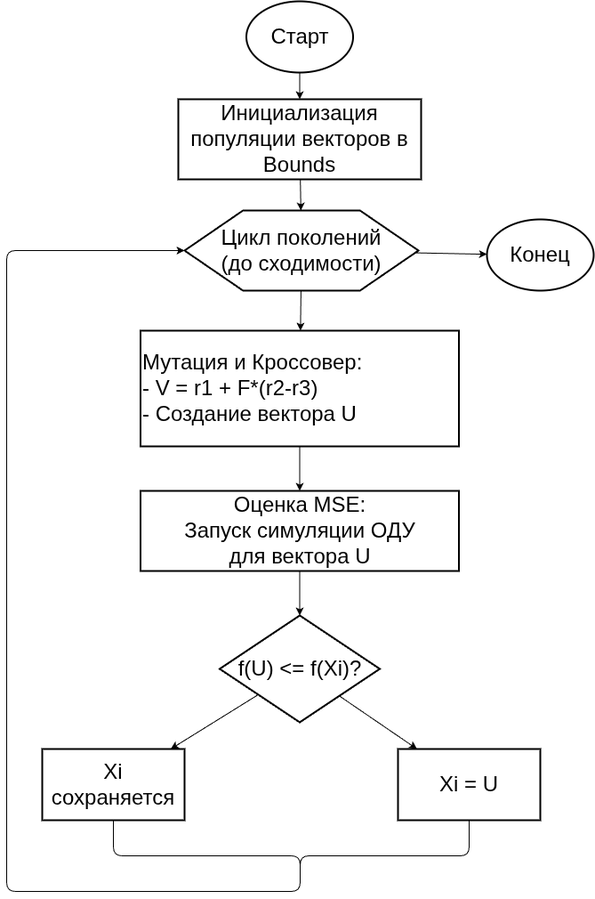
This is fig/de_flowchart.png from therealmaendeleo/tumor_growth_modeling, a draw.io export, as it was before one commit. Source tidied: cells renumbered, new cells last; positions are measured from the earlier drawing's top-left corner, leaving out a move shared by most shapes. The source it was exported from:
```xml
<mxGraphModel>
  <root>
    <mxCell id="0" />
    <mxCell id="1" parent="0" />
    <mxCell id="2" value="Старт" style="ellipse;whiteSpace=wrap;html=1;strokeWidth=2;fontSize=24;" parent="1" vertex="1">
      <mxGeometry x="269.5" width="120" height="80" as="geometry" />
    </mxCell>
    <mxCell id="3" value="Инициализация популяции векторов в Bounds" style="whiteSpace=wrap;html=1;strokeWidth=2;fontSize=24;" parent="1" vertex="1">
      <mxGeometry x="193" y="110" width="273" height="90" as="geometry" />
    </mxCell>
    <mxCell id="4" value="Цикл поколений&lt;div&gt;(до сходимости)&lt;/div&gt;" style="shape=hexagon;perimeter=hexagonPerimeter2;whiteSpace=wrap;html=1;strokeWidth=2;fontSize=24;" parent="1" vertex="1">
      <mxGeometry x="200" y="235" width="263" height="90" as="geometry" />
    </mxCell>
    <mxCell id="5" value="Мутация и Кроссовер:&lt;br/&gt;- V = r1 + F*(r2-r3)&lt;br/&gt;- Создание вектора U" style="whiteSpace=wrap;html=1;strokeWidth=2;fontSize=24;align=left;" parent="1" vertex="1">
      <mxGeometry x="150.5" y="370" width="358" height="130" as="geometry" />
    </mxCell>
    <mxCell id="6" value="Оценка MSE:&lt;br/&gt;Запуск симуляции ОДУ&lt;br/&gt;для вектора U" style="whiteSpace=wrap;html=1;strokeWidth=2;fontSize=24;" parent="1" vertex="1">
      <mxGeometry x="150.5" y="550" width="358" height="90" as="geometry" />
    </mxCell>
    <mxCell id="7" value="f(U) &lt;= f(Xi)?" style="rhombus;whiteSpace=wrap;html=1;strokeWidth=2;fontSize=24;" parent="1" vertex="1">
      <mxGeometry x="239.5" y="690" width="180" height="120" as="geometry" />
    </mxCell>
    <mxCell id="8" style="edgeStyle=none;html=1;exitX=0.5;exitY=1;exitDx=0;exitDy=0;entryX=0;entryY=0.5;entryDx=0;entryDy=0;" parent="1" edge="1" source="9" target="4">
      <mxGeometry relative="1" as="geometry">
        <Array as="points">
          <mxPoint x="520" y="960" />
          <mxPoint x="330" y="960" />
          <mxPoint x="330" y="1000" />
          <mxPoint y="1000" />
          <mxPoint y="280" />
        </Array>
      </mxGeometry>
    </mxCell>
    <mxCell id="9" value="Xi = U" style="whiteSpace=wrap;html=1;strokeWidth=2;fontSize=24;" parent="1" vertex="1">
      <mxGeometry x="440" y="840" width="160" height="80" as="geometry" />
    </mxCell>
    <mxCell id="10" style="edgeStyle=none;html=1;exitX=0.5;exitY=1;exitDx=0;exitDy=0;entryX=0;entryY=0.5;entryDx=0;entryDy=0;" parent="1" edge="1" source="11" target="4">
      <mxGeometry relative="1" as="geometry">
        <Array as="points">
          <mxPoint x="120" y="960" />
          <mxPoint x="330" y="960" />
          <mxPoint x="330" y="1000" />
          <mxPoint y="1000" />
          <mxPoint y="280" />
        </Array>
      </mxGeometry>
    </mxCell>
    <mxCell id="11" value="Xi сохраняется" style="whiteSpace=wrap;html=1;strokeWidth=2;fontSize=24;" parent="1" vertex="1">
      <mxGeometry x="40" y="840" width="160" height="80" as="geometry" />
    </mxCell>
    <mxCell id="12" value="Конец" style="ellipse;whiteSpace=wrap;html=1;strokeWidth=2;fontSize=24;" parent="1" vertex="1">
      <mxGeometry x="540" y="245" width="120" height="80" as="geometry" />
    </mxCell>
    <mxCell id="13" parent="1" edge="1" source="2" target="3">
      <mxGeometry relative="1" as="geometry" />
    </mxCell>
    <mxCell id="14" parent="1" edge="1" source="3" target="4">
      <mxGeometry relative="1" as="geometry" />
    </mxCell>
    <mxCell id="15" parent="1" edge="1" source="4" target="5">
      <mxGeometry relative="1" as="geometry" />
    </mxCell>
    <mxCell id="16" parent="1" edge="1" source="4" target="12">
      <mxGeometry relative="1" as="geometry" />
    </mxCell>
    <mxCell id="17" parent="1" edge="1" source="5" target="6">
      <mxGeometry relative="1" as="geometry" />
    </mxCell>
    <mxCell id="18" parent="1" edge="1" source="6" target="7">
      <mxGeometry relative="1" as="geometry" />
    </mxCell>
    <mxCell id="19" parent="1" edge="1" source="7" target="9">
      <mxGeometry relative="1" as="geometry" />
    </mxCell>
    <mxCell id="20" parent="1" edge="1" source="7" target="11">
      <mxGeometry relative="1" as="geometry" />
    </mxCell>
  </root>
</mxGraphModel>
```
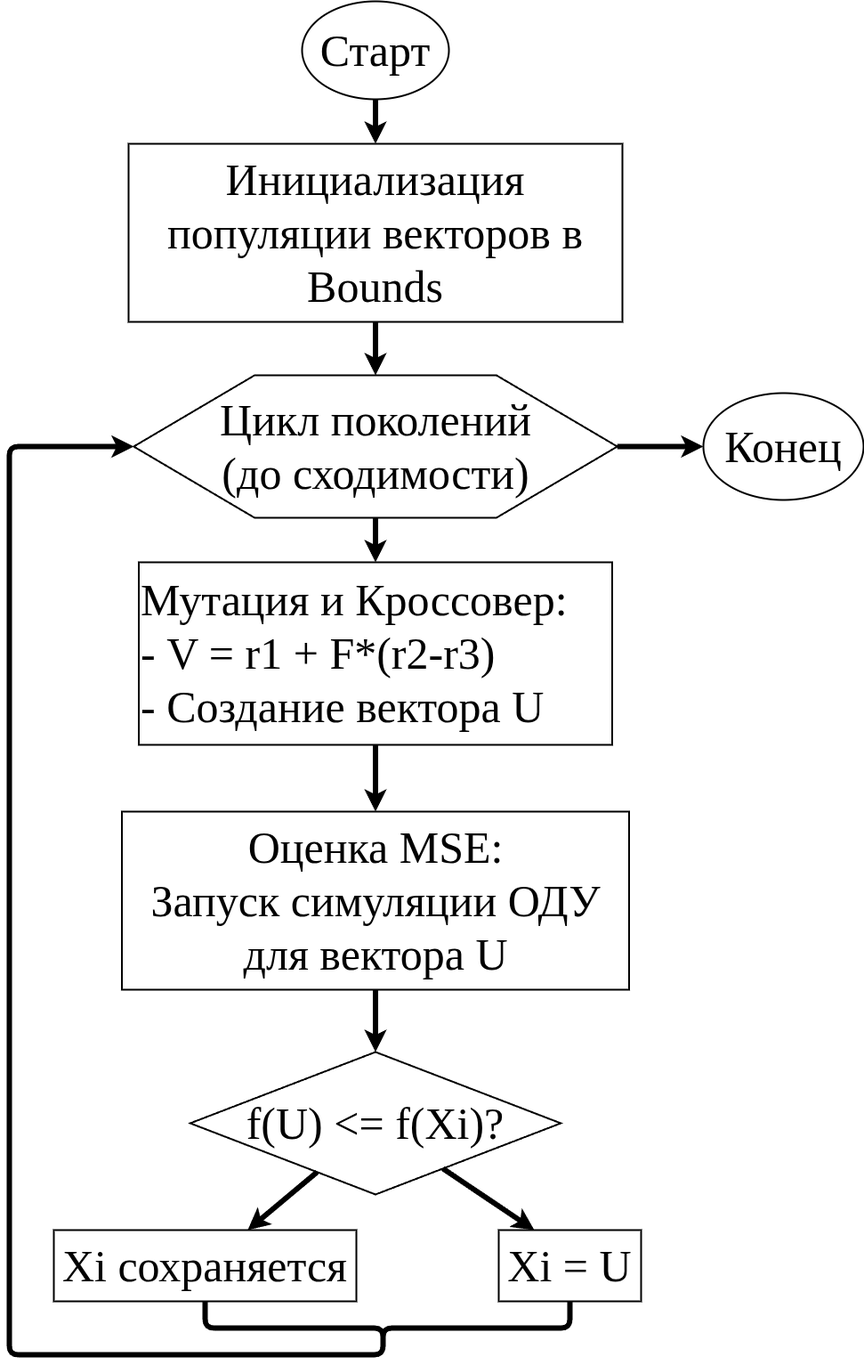
After the change.

What changed in the source:
```diff
@@ -2,77 +2,78 @@
   <root>
     <mxCell id="0" />
     <mxCell id="1" parent="0" />
-    <mxCell id="2" value="Старт" style="ellipse;whiteSpace=wrap;html=1;strokeWidth=2;fontSize=24;" parent="1" vertex="1">
-      <mxGeometry x="269.5" width="120" height="80" as="geometry" />
+    <mxCell id="2" value="Старт" style="ellipse;whiteSpace=wrap;html=1;strokeWidth=2;fontSize=50;fontFamily=Times New Roman;" parent="1" vertex="1">
+      <mxGeometry x="299" y="-320" width="165" height="110" as="geometry" />
     </mxCell>
-    <mxCell id="3" value="Инициализация популяции векторов в Bounds" style="whiteSpace=wrap;html=1;strokeWidth=2;fontSize=24;" parent="1" vertex="1">
-      <mxGeometry x="193" y="110" width="273" height="90" as="geometry" />
+    <mxCell id="3" value="Инициализация популяции векторов в Bounds" style="whiteSpace=wrap;html=1;strokeWidth=2;fontSize=50;fontFamily=Times New Roman;" parent="1" vertex="1">
+      <mxGeometry x="104" y="-160" width="555" height="200" as="geometry" />
     </mxCell>
-    <mxCell id="4" value="Цикл поколений&lt;div&gt;(до сходимости)&lt;/div&gt;" style="shape=hexagon;perimeter=hexagonPerimeter2;whiteSpace=wrap;html=1;strokeWidth=2;fontSize=24;" parent="1" vertex="1">
-      <mxGeometry x="200" y="235" width="263" height="90" as="geometry" />
+    <mxCell id="4" value="Цикл поколений&lt;div&gt;(до сходимости)&lt;/div&gt;" style="shape=hexagon;perimeter=hexagonPerimeter2;whiteSpace=wrap;html=1;strokeWidth=2;fontSize=50;fontFamily=Times New Roman;" parent="1" vertex="1">
+      <mxGeometry x="109.8" y="100" width="543.5" height="160" as="geometry" />
     </mxCell>
-    <mxCell id="5" value="Мутация и Кроссовер:&lt;br/&gt;- V = r1 + F*(r2-r3)&lt;br/&gt;- Создание вектора U" style="whiteSpace=wrap;html=1;strokeWidth=2;fontSize=24;align=left;" parent="1" vertex="1">
-      <mxGeometry x="150.5" y="370" width="358" height="130" as="geometry" />
+    <mxCell id="5" value="Мутация и Кроссовер:&lt;br&gt;- V = r1 + F*(r2-r3)&lt;br&gt;- Создание вектора U" style="whiteSpace=wrap;html=1;strokeWidth=2;fontSize=50;align=left;fontFamily=Times New Roman;" parent="1" vertex="1">
+      <mxGeometry x="115.5" y="310" width="532" height="205" as="geometry" />
     </mxCell>
-    <mxCell id="6" value="Оценка MSE:&lt;br/&gt;Запуск симуляции ОДУ&lt;br/&gt;для вектора U" style="whiteSpace=wrap;html=1;strokeWidth=2;fontSize=24;" parent="1" vertex="1">
-      <mxGeometry x="150.5" y="550" width="358" height="90" as="geometry" />
+    <mxCell id="6" value="Оценка MSE:&lt;br&gt;Запуск симуляции ОДУ&lt;br&gt;для вектора U" style="whiteSpace=wrap;html=1;strokeWidth=2;fontSize=50;fontFamily=Times New Roman;" parent="1" vertex="1">
+      <mxGeometry x="96.5" y="590" width="570" height="200" as="geometry" />
     </mxCell>
-    <mxCell id="7" value="f(U) &lt;= f(Xi)?" style="rhombus;whiteSpace=wrap;html=1;strokeWidth=2;fontSize=24;" parent="1" vertex="1">
-      <mxGeometry x="239.5" y="690" width="180" height="120" as="geometry" />
+    <mxCell id="7" value="f(U) &amp;lt;= f(Xi)?" style="rhombus;whiteSpace=wrap;html=1;strokeWidth=2;fontSize=50;fontFamily=Times New Roman;" parent="1" vertex="1">
+      <mxGeometry x="173.2" y="860" width="416.5" height="160" as="geometry" />
     </mxCell>
-    <mxCell id="8" style="edgeStyle=none;html=1;exitX=0.5;exitY=1;exitDx=0;exitDy=0;entryX=0;entryY=0.5;entryDx=0;entryDy=0;" parent="1" edge="1" source="9" target="4">
+    <mxCell id="8" style="edgeStyle=none;html=1;exitX=0.5;exitY=1;exitDx=0;exitDy=0;entryX=0;entryY=0.5;entryDx=0;entryDy=0;fontSize=50;fontFamily=Times New Roman;strokeWidth=6;fontStyle=0;" parent="1" edge="1" source="9" target="4">
       <mxGeometry relative="1" as="geometry">
         <Array as="points">
-          <mxPoint x="520" y="960" />
-          <mxPoint x="330" y="960" />
-          <mxPoint x="330" y="1000" />
-          <mxPoint y="1000" />
-          <mxPoint y="280" />
+          <mxPoint x="600" y="1170" />
+          <mxPoint x="390" y="1170" />
+          <mxPoint x="390" y="1200" />
+          <mxPoint x="-30" y="1200" />
+          <mxPoint x="-30" y="180" />
         </Array>
       </mxGeometry>
     </mxCell>
-    <mxCell id="9" value="Xi = U" style="whiteSpace=wrap;html=1;strokeWidth=2;fontSize=24;" parent="1" vertex="1">
-      <mxGeometry x="440" y="840" width="160" height="80" as="geometry" />
+    <mxCell id="9" value="Xi = U" style="whiteSpace=wrap;html=1;strokeWidth=2;fontSize=50;fontFamily=Times New Roman;" parent="1" vertex="1">
+      <mxGeometry x="520" y="1060" width="160" height="80" as="geometry" />
     </mxCell>
-    <mxCell id="10" style="edgeStyle=none;html=1;exitX=0.5;exitY=1;exitDx=0;exitDy=0;entryX=0;entryY=0.5;entryDx=0;entryDy=0;" parent="1" edge="1" source="11" target="4">
+    <mxCell id="10" style="edgeStyle=none;html=1;exitX=0.5;exitY=1;exitDx=0;exitDy=0;entryX=0;entryY=0.5;entryDx=0;entryDy=0;fontSize=50;fontFamily=Times New Roman;strokeWidth=6;fontStyle=0;" parent="1" edge="1" source="11" target="4">
       <mxGeometry relative="1" as="geometry">
         <Array as="points">
-          <mxPoint x="120" y="960" />
-          <mxPoint x="330" y="960" />
-          <mxPoint x="330" y="1000" />
-          <mxPoint y="1000" />
-          <mxPoint y="280" />
+          <mxPoint x="190" y="1100" />
+          <mxPoint x="190" y="1170" />
+          <mxPoint x="390" y="1170" />
+          <mxPoint x="390" y="1200" />
+          <mxPoint x="-30" y="1200" />
+          <mxPoint x="-30" y="180" />
         </Array>
       </mxGeometry>
     </mxCell>
-    <mxCell id="11" value="Xi сохраняется" style="whiteSpace=wrap;html=1;strokeWidth=2;fontSize=24;" parent="1" vertex="1">
-      <mxGeometry x="40" y="840" width="160" height="80" as="geometry" />
+    <mxCell id="11" value="Xi сохраняется" style="whiteSpace=wrap;html=1;strokeWidth=2;fontSize=50;fontFamily=Times New Roman;" parent="1" vertex="1">
+      <mxGeometry x="20" y="1060" width="340" height="80" as="geometry" />
     </mxCell>
-    <mxCell id="12" value="Конец" style="ellipse;whiteSpace=wrap;html=1;strokeWidth=2;fontSize=24;" parent="1" vertex="1">
-      <mxGeometry x="540" y="245" width="120" height="80" as="geometry" />
+    <mxCell id="12" value="Конец" style="ellipse;whiteSpace=wrap;html=1;strokeWidth=2;fontSize=50;fontFamily=Times New Roman;" parent="1" vertex="1">
+      <mxGeometry x="750" y="120" width="180" height="120" as="geometry" />
     </mxCell>
-    <mxCell id="13" parent="1" edge="1" source="2" target="3">
+    <mxCell id="13" style="fontSize=50;fontFamily=Times New Roman;strokeWidth=6;fontStyle=0;" parent="1" edge="1" source="2" target="3">
       <mxGeometry relative="1" as="geometry" />
     </mxCell>
-    <mxCell id="14" parent="1" edge="1" source="3" target="4">
+    <mxCell id="14" style="fontSize=50;fontFamily=Times New Roman;strokeWidth=6;fontStyle=0;" parent="1" edge="1" source="3" target="4">
       <mxGeometry relative="1" as="geometry" />
     </mxCell>
-    <mxCell id="15" parent="1" edge="1" source="4" target="5">
+    <mxCell id="15" style="fontSize=50;fontFamily=Times New Roman;strokeWidth=6;fontStyle=0;" parent="1" edge="1" source="4" target="5">
       <mxGeometry relative="1" as="geometry" />
     </mxCell>
-    <mxCell id="16" parent="1" edge="1" source="4" target="12">
+    <mxCell id="16" style="fontSize=50;fontFamily=Times New Roman;strokeWidth=6;fontStyle=0;" parent="1" edge="1" source="4" target="12">
       <mxGeometry relative="1" as="geometry" />
     </mxCell>
-    <mxCell id="17" parent="1" edge="1" source="5" target="6">
+    <mxCell id="17" style="fontSize=50;fontFamily=Times New Roman;strokeWidth=6;fontStyle=0;" parent="1" edge="1" source="5" target="6">
       <mxGeometry relative="1" as="geometry" />
     </mxCell>
-    <mxCell id="18" parent="1" edge="1" source="6" target="7">
+    <mxCell id="18" style="fontSize=50;fontFamily=Times New Roman;strokeWidth=6;fontStyle=0;" parent="1" edge="1" source="6" target="7">
       <mxGeometry relative="1" as="geometry" />
     </mxCell>
-    <mxCell id="19" parent="1" edge="1" source="7" target="9">
+    <mxCell id="19" style="fontSize=50;fontFamily=Times New Roman;strokeWidth=6;entryX=0.25;entryY=0;entryDx=0;entryDy=0;fontStyle=0;" parent="1" edge="1" source="7" target="9">
       <mxGeometry relative="1" as="geometry" />
     </mxCell>
-    <mxCell id="20" parent="1" edge="1" source="7" target="11">
+    <mxCell id="20" style="fontSize=50;fontFamily=Times New Roman;strokeWidth=6;fontStyle=0;" parent="1" edge="1" source="7" target="11">
       <mxGeometry relative="1" as="geometry" />
     </mxCell>
   </root>
```
